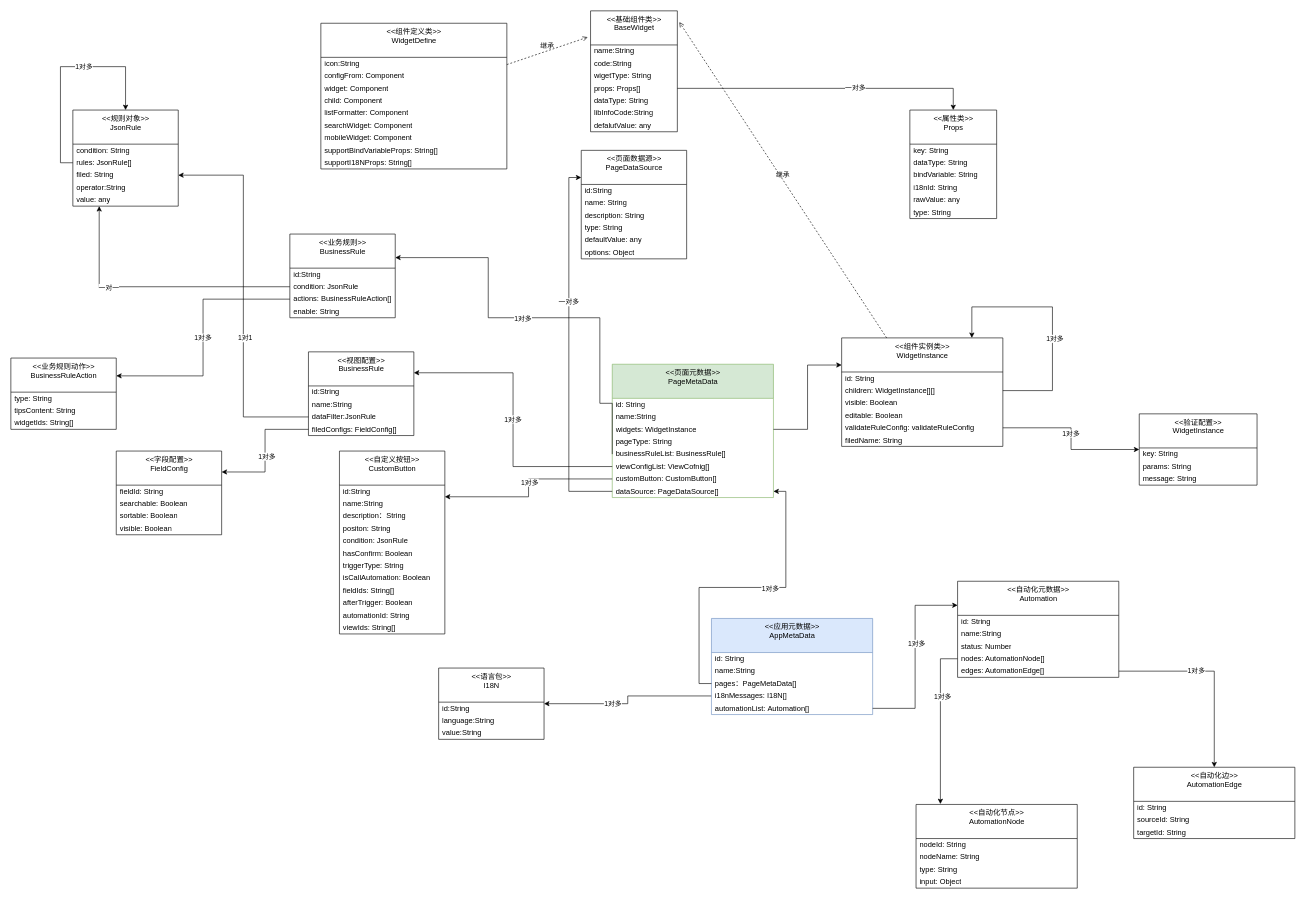
The draw.io diagram Untitled Diagram.drawio in Rihel/drawios, before the edit. Source tidied: cells renumbered, new cells numbered last; positions are measured from the earlier drawing's top-left corner, leaving out a move shared by most shapes. Both pictures are drawn from the tidied source at 62%, with x=0, y=0 at pixel (11, 11).
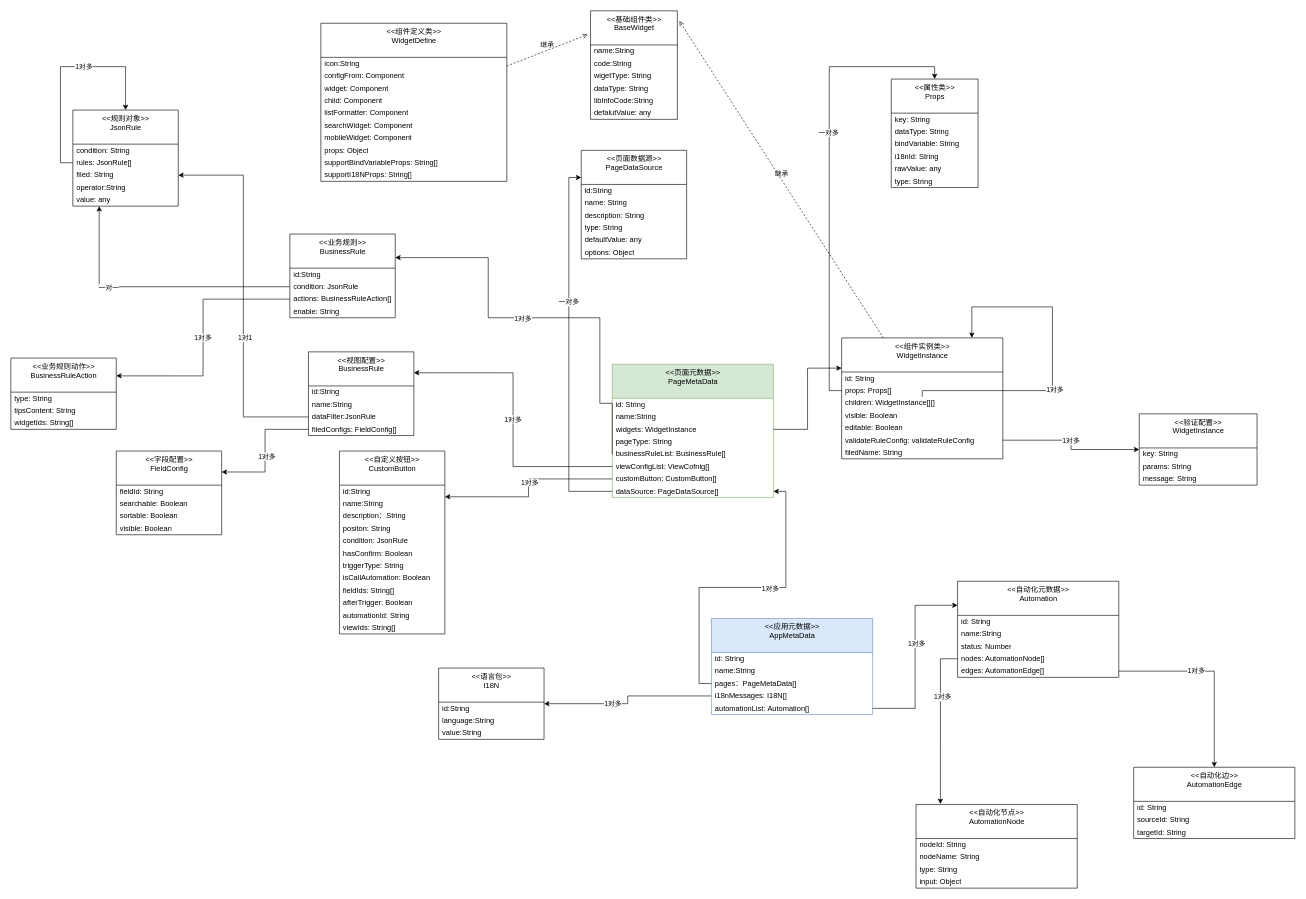
The same page after the edit.

Diff of the diagram source:
```diff
@@
     <mxCell id="2" value="&amp;lt;&amp;lt;基础组件类&amp;gt;&amp;gt;&lt;br&gt;BaseWidget&lt;br&gt;" style="swimlane;fontStyle=0;align=center;verticalAlign=top;horizontal=1;startSize=55;html=1;" parent="1" vertex="1">
-      <mxGeometry x="935" width="140" height="195" as="geometry" />
+      <mxGeometry x="935" width="140" height="175" as="geometry" />
     </mxCell>
@@
-    <mxCell id="6" value="props: Props[]" style="text;html=1;strokeColor=none;fillColor=none;align=left;verticalAlign=middle;spacingLeft=4;spacingRight=4;overflow=hidden;points=[[0,0.5],[1,0.5]];portConstraint=eastwest;" parent="2" vertex="1">
-      <mxGeometry y="115" width="140" height="20" as="geometry" />
-    </mxCell>
     <mxCell id="7" value="dataType: String" style="text;html=1;strokeColor=none;fillColor=none;align=left;verticalAlign=middle;spacingLeft=4;spacingRight=4;overflow=hidden;" parent="2" vertex="1">
-      <mxGeometry y="135" width="140" height="20" as="geometry" />
+      <mxGeometry y="115" width="140" height="20" as="geometry" />
     </mxCell>
     <mxCell id="8" value="&lt;span style=&quot;color: rgb(0 , 0 , 0)&quot;&gt;libInfoCode:String&lt;/span&gt;" style="text;html=1;strokeColor=none;fillColor=none;align=left;verticalAlign=middle;spacingLeft=4;spacingRight=4;overflow=hidden;fontColor=#808080;" parent="2" vertex="1">
-      <mxGeometry y="155" width="140" height="20" as="geometry" />
+      <mxGeometry y="135" width="140" height="20" as="geometry" />
     </mxCell>
     <mxCell id="9" value="&lt;span style=&quot;color: rgb(0 , 0 , 0)&quot;&gt;defalutValue: any&lt;/span&gt;" style="text;html=1;strokeColor=none;fillColor=none;align=left;verticalAlign=middle;spacingLeft=4;spacingRight=4;overflow=hidden;fontColor=#808080;" parent="2" vertex="1">
-      <mxGeometry y="175" width="140" height="20" as="geometry" />
+      <mxGeometry y="155" width="140" height="20" as="geometry" />
     </mxCell>
     <mxCell id="10" value="&amp;lt;&amp;lt;组件定义类&amp;gt;&amp;gt;&lt;br&gt;WidgetDefine" style="swimlane;fontStyle=0;align=center;verticalAlign=top;horizontal=1;startSize=55;html=1;" parent="1" vertex="1">
-      <mxGeometry x="500" y="20" width="300" height="235" as="geometry" />
+      <mxGeometry x="500" y="20" width="300" height="255" as="geometry" />
     </mxCell>
@@
+    <mxCell id="152" value="&lt;span style=&quot;color: rgb(0 , 0 , 0)&quot;&gt;props: Object&lt;/span&gt;" style="text;html=1;strokeColor=none;fillColor=none;align=left;verticalAlign=middle;spacingLeft=4;spacingRight=4;overflow=hidden;fontColor=#808080;" parent="10" vertex="1">
+      <mxGeometry y="195" width="300" height="20" as="geometry" />
+    </mxCell>
     <mxCell id="18" value="&lt;span style=&quot;color: rgb(0 , 0 , 0)&quot;&gt;supportBindVariableProps: String[]&lt;/span&gt;" style="text;html=1;strokeColor=none;fillColor=none;align=left;verticalAlign=middle;spacingLeft=4;spacingRight=4;overflow=hidden;fontColor=#808080;" parent="10" vertex="1">
-      <mxGeometry y="195" width="300" height="20" as="geometry" />
+      <mxGeometry y="215" width="300" height="20" as="geometry" />
     </mxCell>
     <mxCell id="19" value="&lt;span style=&quot;color: rgb(0 , 0 , 0)&quot;&gt;supportI18NProps: String[]&lt;/span&gt;" style="text;html=1;strokeColor=none;fillColor=none;align=left;verticalAlign=middle;spacingLeft=4;spacingRight=4;overflow=hidden;fontColor=#808080;" parent="10" vertex="1">
-      <mxGeometry y="215" width="300" height="20" as="geometry" />
+      <mxGeometry y="235" width="300" height="20" as="geometry" />
     </mxCell>
@@
     <mxCell id="21" value="&amp;lt;&amp;lt;组件实例类&amp;gt;&amp;gt;&lt;br&gt;WidgetInstance" style="swimlane;fontStyle=0;align=center;verticalAlign=top;horizontal=1;startSize=55;html=1;" parent="1" vertex="1">
-      <mxGeometry x="1340" y="527.5" width="260" height="175" as="geometry" />
+      <mxGeometry x="1340" y="527.5" width="260" height="195" as="geometry" />
     </mxCell>
@@
+    <mxCell id="6" value="props: Props[]" style="text;html=1;strokeColor=none;fillColor=none;align=left;verticalAlign=middle;spacingLeft=4;spacingRight=4;overflow=hidden;points=[[0,0.5],[1,0.5]];portConstraint=eastwest;" parent="21" vertex="1">
+      <mxGeometry y="75" width="260" height="20" as="geometry" />
+    </mxCell>
     <mxCell id="23" value="children: WidgetInstance[][]" style="text;html=1;strokeColor=none;fillColor=none;align=left;verticalAlign=middle;spacingLeft=4;spacingRight=4;overflow=hidden;points=[[0,0.5],[1,0.5]];portConstraint=eastwest;" parent="21" vertex="1">
-      <mxGeometry y="75" width="260" height="20" as="geometry" />
+      <mxGeometry y="95" width="260" height="20" as="geometry" />
     </mxCell>
     <mxCell id="24" value="visible: Boolean" style="text;html=1;strokeColor=none;fillColor=none;align=left;verticalAlign=middle;spacingLeft=4;spacingRight=4;overflow=hidden;" parent="21" vertex="1">
-      <mxGeometry y="95" width="260" height="20" as="geometry" />
+      <mxGeometry y="115" width="260" height="20" as="geometry" />
     </mxCell>
     <mxCell id="25" value="editable: Boolean" style="text;html=1;strokeColor=none;fillColor=none;align=left;verticalAlign=middle;spacingLeft=4;spacingRight=4;overflow=hidden;" parent="21" vertex="1">
-      <mxGeometry y="115" width="260" height="20" as="geometry" />
+      <mxGeometry y="135" width="260" height="20" as="geometry" />
     </mxCell>
     <mxCell id="26" value="validateRuleConfig: validateRuleConfig" style="text;html=1;strokeColor=none;fillColor=none;align=left;verticalAlign=middle;spacingLeft=4;spacingRight=4;overflow=hidden;points=[[0,0.5],[1,0.5]];portConstraint=eastwest;" parent="21" vertex="1">
-      <mxGeometry y="135" width="260" height="20" as="geometry" />
+      <mxGeometry y="155" width="260" height="20" as="geometry" />
     </mxCell>
     <mxCell id="27" value="filedName: String" style="text;html=1;strokeColor=none;fillColor=none;align=left;verticalAlign=middle;spacingLeft=4;spacingRight=4;overflow=hidden;" parent="21" vertex="1">
-      <mxGeometry y="155" width="260" height="20" as="geometry" />
+      <mxGeometry y="175" width="260" height="20" as="geometry" />
     </mxCell>
@@
     <mxCell id="46" value="&amp;lt;&amp;lt;属性类&amp;gt;&amp;gt;&lt;br&gt;Props" style="swimlane;fontStyle=0;align=center;verticalAlign=top;horizontal=1;startSize=55;html=1;" parent="1" vertex="1">
-      <mxGeometry x="1450" y="160" width="140" height="175" as="geometry" />
+      <mxGeometry x="1420" y="110" width="140" height="175" as="geometry" />
     </mxCell>
@@
-    <mxCell id="53" style="edgeStyle=orthogonalEdgeStyle;rounded=0;jettySize=auto;html=1;entryX=0.5;entryY=0;entryDx=0;entryDy=0;" parent="1" edge="1" source="6" target="46">
+    <mxCell id="53" style="edgeStyle=orthogonalEdgeStyle;rounded=0;jettySize=auto;html=1;entryX=0.5;entryY=0;entryDx=0;entryDy=0;exitX=0;exitY=0.5;exitDx=0;exitDy=0;" parent="1" edge="1" source="6" target="46">
       <mxGeometry relative="1" as="geometry" />
     </mxCell>
```
